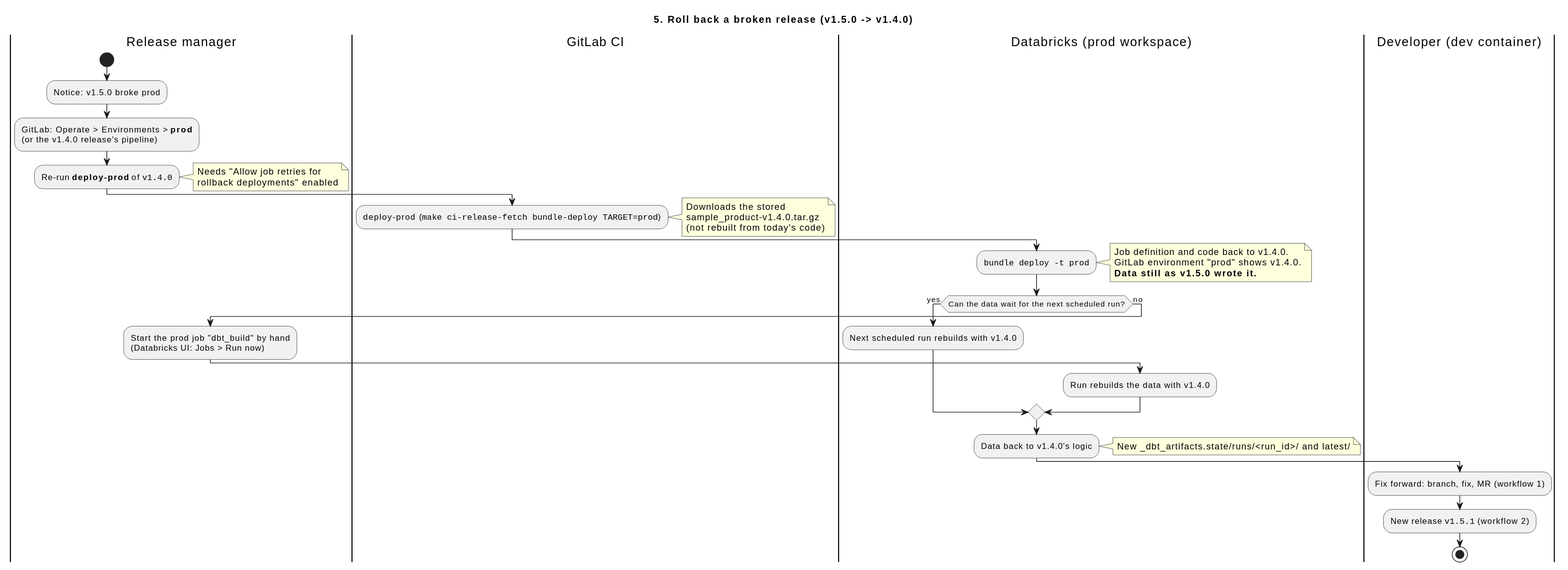
Before: docs/diagrams/workflow-5-rollback.svg, a diagram exported from PlantUML (PeterHenell/dbt-databricks-template).
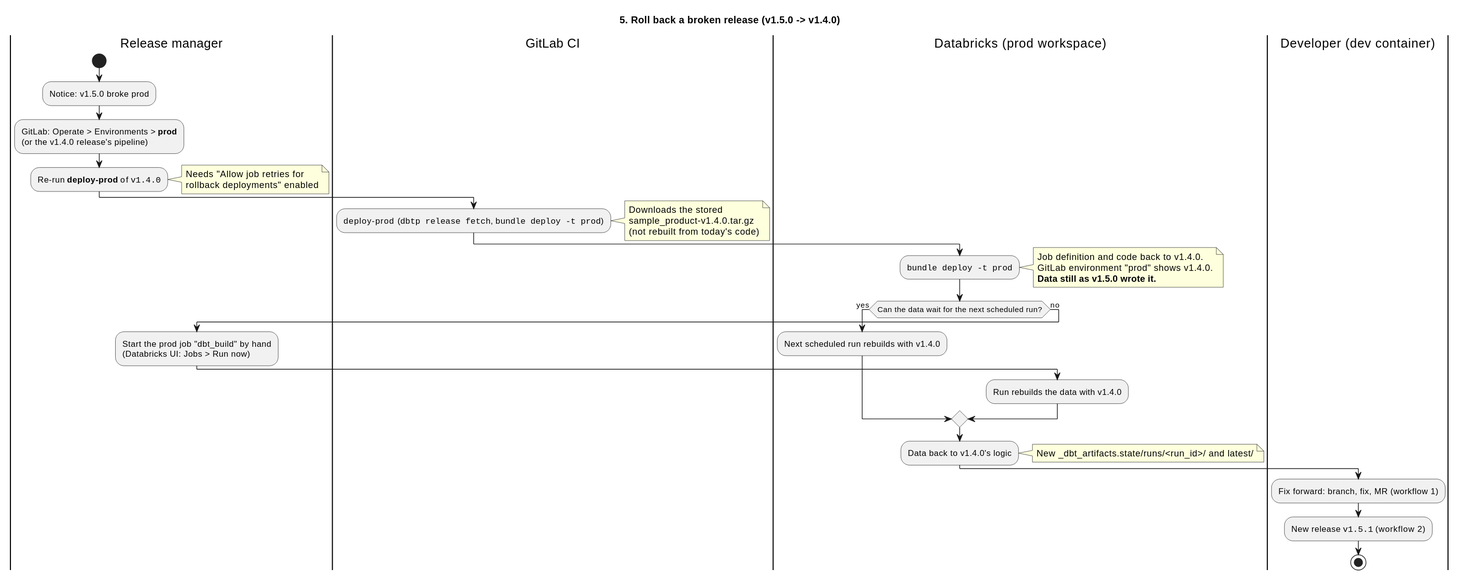
After the change.

What changed in the source:
```diff
@@ -12,7 +12,7 @@
   rollback deployments" enabled
 end note
 |GitLab CI|
-:deploy-prod  (""make ci-release-fetch bundle-deploy TARGET=prod"");
+:deploy-prod  (""dbtp release fetch"", ""bundle deploy -t prod"");
 note right
   Downloads the stored
   sample_product-v1.4.0.tar.gz
```
